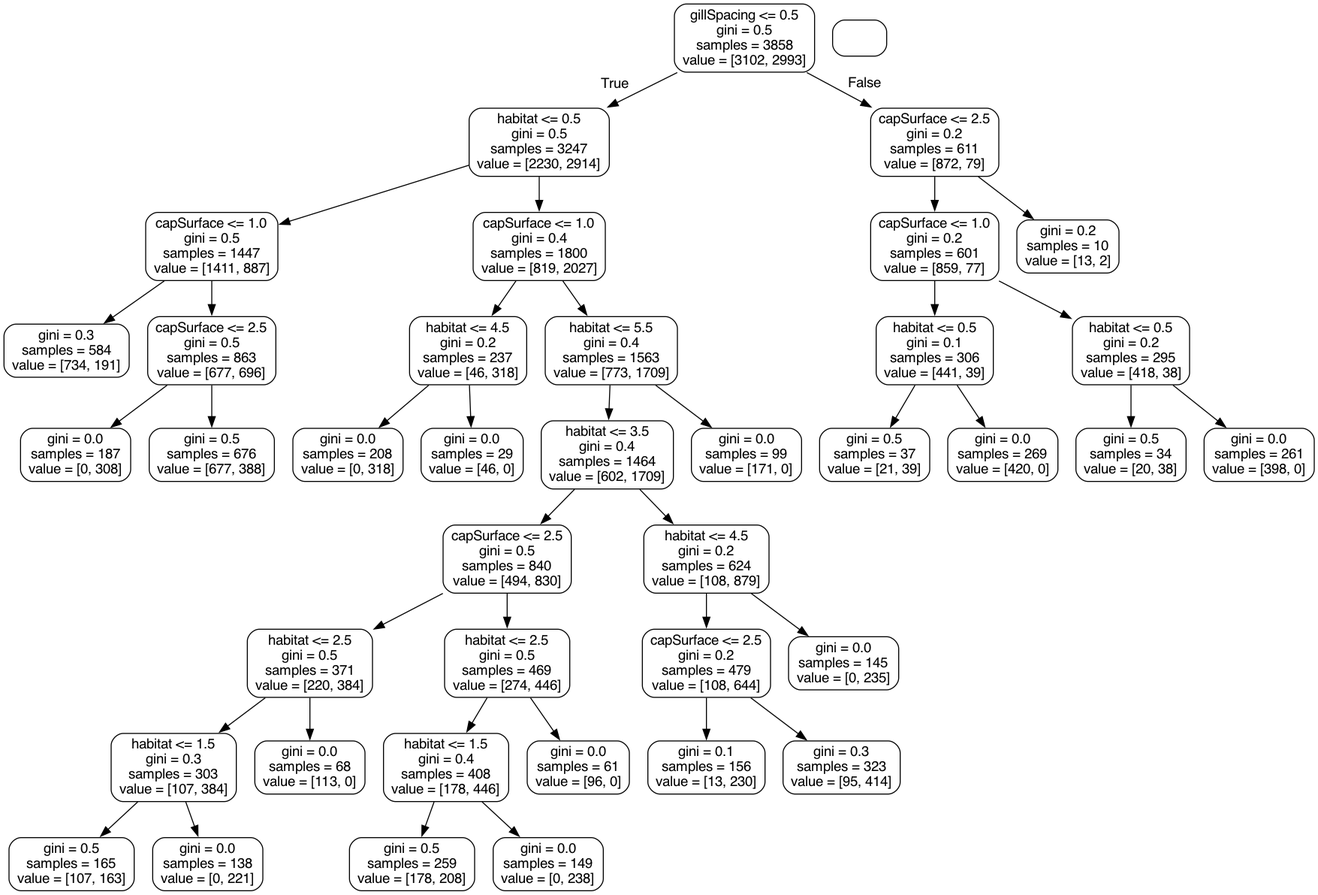
Above: Images/tree.png in williamhenderson02/ML-Coursework-2022 (Graphviz), before the change. Its source is kept beside it as tree.dot.
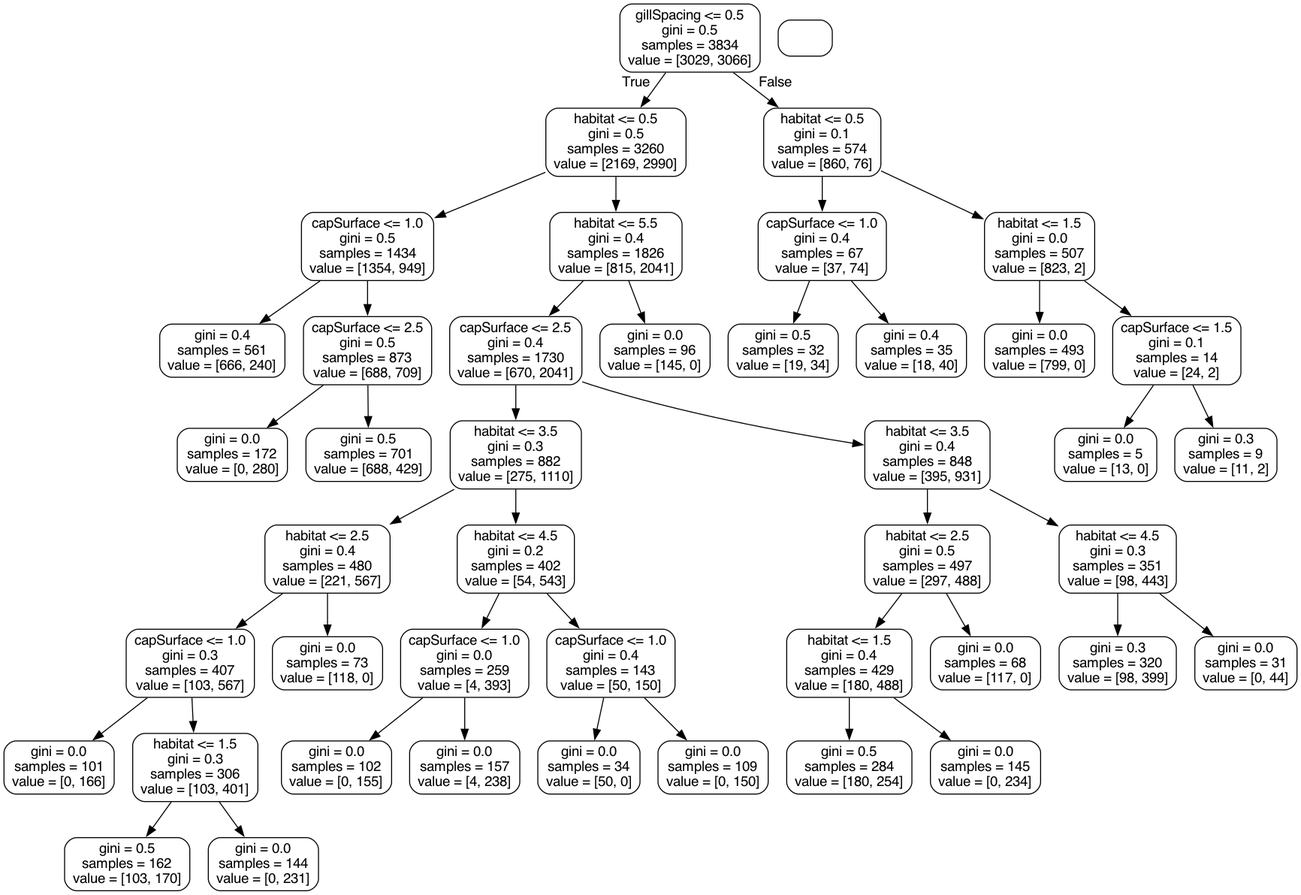
The same diagram one commit later.

The edit, as a diff of the source:
```diff
@@ -1,81 +1,89 @@
 digraph Tree {
 node [shape=box, style="rounded", color="black", fontname="helvetica"] ;
 edge [fontname="helvetica"] ;
-0 [label="gillSpacing <= 0.5\ngini = 0.5\nsamples = 3858\nvalue = [3102, 2993]"] ;
-1 [label="habitat <= 0.5\ngini = 0.5\nsamples = 3247\nvalue = [2230, 2914]"] ;
+0 [label="gillSpacing <= 0.5\ngini = 0.5\nsamples = 3834\nvalue = [3029, 3066]"] ;
+1 [label="habitat <= 0.5\ngini = 0.5\nsamples = 3260\nvalue = [2169, 2990]"] ;
 0 -> 1 [labeldistance=2.5, labelangle=45, headlabel="True"] ;
-2 [label="capSurface <= 1.0\ngini = 0.5\nsamples = 1447\nvalue = [1411, 887]"] ;
+2 [label="capSurface <= 1.0\ngini = 0.5\nsamples = 1434\nvalue = [1354, 949]"] ;
 1 -> 2 ;
-3 [label="gini = 0.3\nsamples = 584\nvalue = [734, 191]"] ;
+3 [label="gini = 0.4\nsamples = 561\nvalue = [666, 240]"] ;
 2 -> 3 ;
-4 [label="capSurface <= 2.5\ngini = 0.5\nsamples = 863\nvalue = [677, 696]"] ;
+4 [label="capSurface <= 2.5\ngini = 0.5\nsamples = 873\nvalue = [688, 709]"] ;
 2 -> 4 ;
-5 [label="gini = 0.0\nsamples = 187\nvalue = [0, 308]"] ;
+5 [label="gini = 0.0\nsamples = 172\nvalue = [0, 280]"] ;
 4 -> 5 ;
-6 [label="gini = 0.5\nsamples = 676\nvalue = [677, 388]"] ;
+6 [label="gini = 0.5\nsamples = 701\nvalue = [688, 429]"] ;
 4 -> 6 ;
-7 [label="capSurface <= 1.0\ngini = 0.4\nsamples = 1800\nvalue = [819, 2027]"] ;
+7 [label="habitat <= 5.5\ngini = 0.4\nsamples = 1826\nvalue = [815, 2041]"] ;
 1 -> 7 ;
-8 [label="habitat <= 4.5\ngini = 0.2\nsamples = 237\nvalue = [46, 318]"] ;
+8 [label="capSurface <= 2.5\ngini = 0.4\nsamples = 1730\nvalue = [670, 2041]"] ;
 7 -> 8 ;
-9 [label="gini = 0.0\nsamples = 208\nvalue = [0, 318]"] ;
+9 [label="habitat <= 3.5\ngini = 0.3\nsamples = 882\nvalue = [275, 1110]"] ;
 8 -> 9 ;
-10 [label="gini = 0.0\nsamples = 29\nvalue = [46, 0]"] ;
-8 -> 10 ;
-11 [label="habitat <= 5.5\ngini = 0.4\nsamples = 1563\nvalue = [773, 1709]"] ;
-7 -> 11 ;
-12 [label="habitat <= 3.5\ngini = 0.4\nsamples = 1464\nvalue = [602, 1709]"] ;
+10 [label="habitat <= 2.5\ngini = 0.4\nsamples = 480\nvalue = [221, 567]"] ;
+9 -> 10 ;
+11 [label="capSurface <= 1.0\ngini = 0.3\nsamples = 407\nvalue = [103, 567]"] ;
+10 -> 11 ;
+12 [label="gini = 0.0\nsamples = 101\nvalue = [0, 166]"] ;
 11 -> 12 ;
-13 [label="capSurface <= 2.5\ngini = 0.5\nsamples = 840\nvalue = [494, 830]"] ;
-12 -> 13 ;
-14 [label="habitat <= 2.5\ngini = 0.5\nsamples = 371\nvalue = [220, 384]"] ;
+13 [label="habitat <= 1.5\ngini = 0.3\nsamples = 306\nvalue = [103, 401]"] ;
+11 -> 13 ;
+14 [label="gini = 0.5\nsamples = 162\nvalue = [103, 170]"] ;
 13 -> 14 ;
-15 [label="habitat <= 1.5\ngini = 0.3\nsamples = 303\nvalue = [107, 384]"] ;
-14 -> 15 ;
-16 [label="gini = 0.5\nsamples = 165\nvalue = [107, 163]"] ;
-15 -> 16 ;
-17 [label="gini = 0.0\nsamples = 138\nvalue = [0, 221]"] ;
-15 -> 17 ;
-18 [label="gini = 0.0\nsamples = 68\nvalue = [113, 0]"] ;
-14 -> 18 ;
-19 [label="habitat <= 2.5\ngini = 0.5\nsamples = 469\nvalue = [274, 446]"] ;
-13 -> 19 ;
-20 [label="habitat <= 1.5\ngini = 0.4\nsamples = 408\nvalue = [178, 446]"] ;
-19 -> 20 ;
-21 [label="gini = 0.5\nsamples = 259\nvalue = [178, 208]"] ;
-20 -> 21 ;
-22 [label="gini = 0.0\nsamples = 149\nvalue = [0, 238]"] ;
-20 -> 22 ;
-23 [label="gini = 0.0\nsamples = 61\nvalue = [96, 0]"] ;
-19 -> 23 ;
-24 [label="habitat <= 4.5\ngini = 0.2\nsamples = 624\nvalue = [108, 879]"] ;
-12 -> 24 ;
-25 [label="capSurface <= 2.5\ngini = 0.2\nsamples = 479\nvalue = [108, 644]"] ;
+15 [label="gini = 0.0\nsamples = 144\nvalue = [0, 231]"] ;
+13 -> 15 ;
+16 [label="gini = 0.0\nsamples = 73\nvalue = [118, 0]"] ;
+10 -> 16 ;
+17 [label="habitat <= 4.5\ngini = 0.2\nsamples = 402\nvalue = [54, 543]"] ;
+9 -> 17 ;
+18 [label="capSurface <= 1.0\ngini = 0.0\nsamples = 259\nvalue = [4, 393]"] ;
+17 -> 18 ;
+19 [label="gini = 0.0\nsamples = 102\nvalue = [0, 155]"] ;
+18 -> 19 ;
+20 [label="gini = 0.0\nsamples = 157\nvalue = [4, 238]"] ;
+18 -> 20 ;
+21 [label="capSurface <= 1.0\ngini = 0.4\nsamples = 143\nvalue = [50, 150]"] ;
+17 -> 21 ;
+22 [label="gini = 0.0\nsamples = 34\nvalue = [50, 0]"] ;
+21 -> 22 ;
+23 [label="gini = 0.0\nsamples = 109\nvalue = [0, 150]"] ;
+21 -> 23 ;
+24 [label="habitat <= 3.5\ngini = 0.4\nsamples = 848\nvalue = [395, 931]"] ;
+8 -> 24 ;
+25 [label="habitat <= 2.5\ngini = 0.5\nsamples = 497\nvalue = [297, 488]"] ;
 24 -> 25 ;
-26 [label="gini = 0.1\nsamples = 156\nvalue = [13, 230]"] ;
+26 [label="habitat <= 1.5\ngini = 0.4\nsamples = 429\nvalue = [180, 488]"] ;
 25 -> 26 ;
-27 [label="gini = 0.3\nsamples = 323\nvalue = [95, 414]"] ;
-25 -> 27 ;
-28 [label="gini = 0.0\nsamples = 145\nvalue = [0, 235]"] ;
-24 -> 28 ;
-29 [label="gini = 0.0\nsamples = 99\nvalue = [171, 0]"] ;
-11 -> 29 ;
-30 [label="capSurface <= 2.5\ngini = 0.2\nsamples = 611\nvalue = [872, 79]"] ;
-0 -> 30 [labeldistance=2.5, labelangle=-45, headlabel="False"] ;
-31 [label="capSurface <= 1.0\ngini = 0.2\nsamples = 601\nvalue = [859, 77]"] ;
+27 [label="gini = 0.5\nsamples = 284\nvalue = [180, 254]"] ;
+26 -> 27 ;
+28 [label="gini = 0.0\nsamples = 145\nvalue = [0, 234]"] ;
+26 -> 28 ;
+29 [label="gini = 0.0\nsamples = 68\nvalue = [117, 0]"] ;
+25 -> 29 ;
+30 [label="habitat <= 4.5\ngini = 0.3\nsamples = 351\nvalue = [98, 443]"] ;
+24 -> 30 ;
+31 [label="gini = 0.3\nsamples = 320\nvalue = [98, 399]"] ;
 30 -> 31 ;
-32 [label="habitat <= 0.5\ngini = 0.1\nsamples = 306\nvalue = [441, 39]"] ;
-31 -> 32 ;
-33 [label="gini = 0.5\nsamples = 37\nvalue = [21, 39]"] ;
-32 -> 33 ;
-34 [label="gini = 0.0\nsamples = 269\nvalue = [420, 0]"] ;
-32 -> 34 ;
-35 [label="habitat <= 0.5\ngini = 0.2\nsamples = 295\nvalue = [418, 38]"] ;
-31 -> 35 ;
-36 [label="gini = 0.5\nsamples = 34\nvalue = [20, 38]"] ;
+32 [label="gini = 0.0\nsamples = 31\nvalue = [0, 44]"] ;
+30 -> 32 ;
+33 [label="gini = 0.0\nsamples = 96\nvalue = [145, 0]"] ;
+7 -> 33 ;
+34 [label="habitat <= 0.5\ngini = 0.1\nsamples = 574\nvalue = [860, 76]"] ;
+0 -> 34 [labeldistance=2.5, labelangle=-45, headlabel="False"] ;
+35 [label="capSurface <= 1.0\ngini = 0.4\nsamples = 67\nvalue = [37, 74]"] ;
+34 -> 35 ;
+36 [label="gini = 0.5\nsamples = 32\nvalue = [19, 34]"] ;
 35 -> 36 ;
-37 [label="gini = 0.0\nsamples = 261\nvalue = [398, 0]"] ;
+37 [label="gini = 0.4\nsamples = 35\nvalue = [18, 40]"] ;
 35 -> 37 ;
-38 [label="gini = 0.2\nsamples = 10\nvalue = [13, 2]"] ;
-30 -> 38 ;
+38 [label="habitat <= 1.5\ngini = 0.0\nsamples = 507\nvalue = [823, 2]"] ;
+34 -> 38 ;
+39 [label="gini = 0.0\nsamples = 493\nvalue = [799, 0]"] ;
+38 -> 39 ;
+40 [label="capSurface <= 1.5\ngini = 0.1\nsamples = 14\nvalue = [24, 2]"] ;
+38 -> 40 ;
+41 [label="gini = 0.0\nsamples = 5\nvalue = [13, 0]"] ;
+40 -> 41 ;
+42 [label="gini = 0.3\nsamples = 9\nvalue = [11, 2]"] ;
+40 -> 42 ;
 }
```
